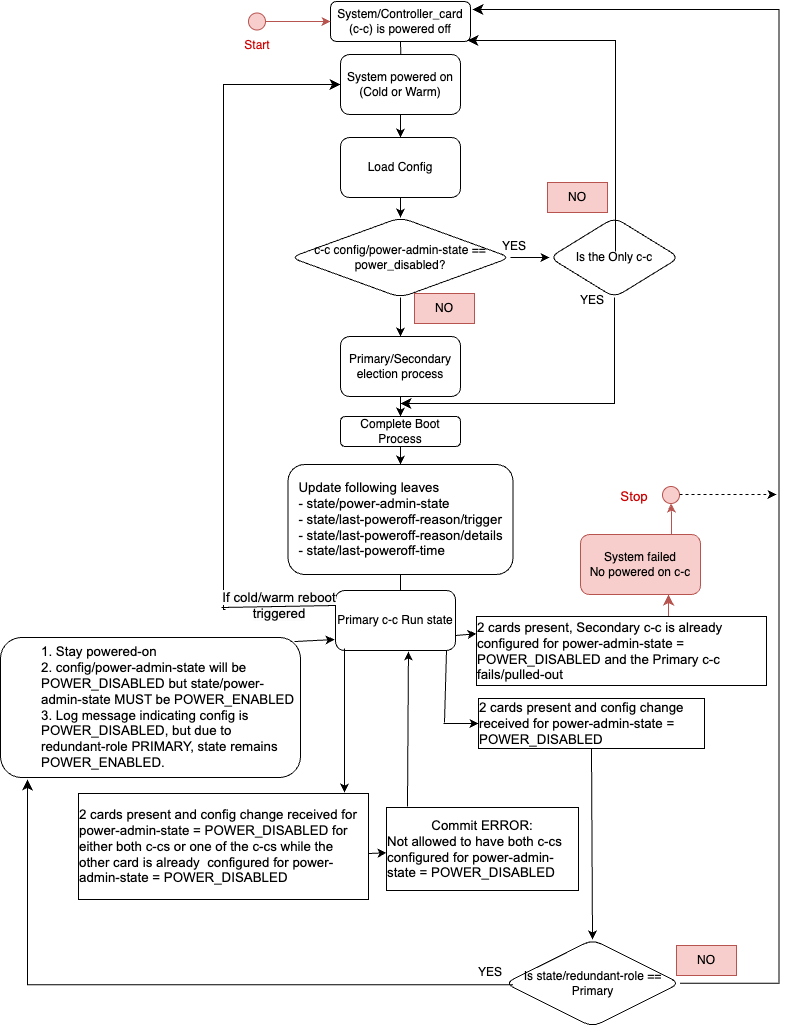
This is doc/img/controller_card.png from openconfig/public, a draw.io export, as it was before one commit. Source tidied: cells renumbered, new cells last; positions are measured from the earlier drawing's top-left corner, leaving out a move shared by most shapes.
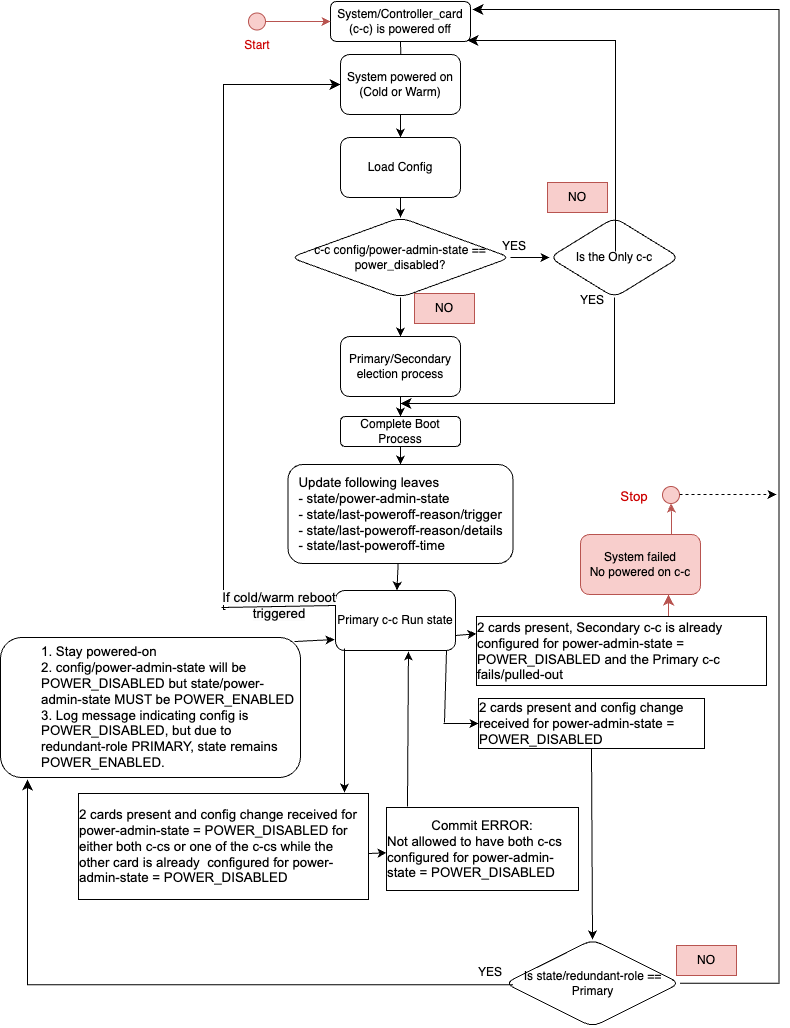
The same file after the commit.

What changed in the source:
```diff
@@ -43,11 +43,11 @@
     <mxCell id="14" value="Complete Boot Process" style="whiteSpace=wrap;html=1;rounded=1;glass=0;strokeWidth=1;shadow=0;" parent="1" vertex="1">
       <mxGeometry x="340" y="415" width="120" height="30" as="geometry" />
     </mxCell>
-    <mxCell id="15" style="edgeStyle=orthogonalEdgeStyle;rounded=0;jettySize=auto;html=1;" parent="1" edge="1" source="16" target="17">
+    <mxCell id="15" style="edgeStyle=none;rounded=0;jettySize=auto;html=1;" parent="1" edge="1" source="16" target="17">
       <mxGeometry relative="1" as="geometry" />
     </mxCell>
     <mxCell id="16" value="&lt;span id=&quot;docs-internal-guid-17ec713d-7fff-fc99-cff5-968b93b86a00&quot;&gt;&lt;p style=&quot;text-align: left; line-height: 1.2; margin-top: 0pt; margin-bottom: 0pt;&quot; dir=&quot;ltr&quot;&gt;&lt;span style=&quot;font-size: 10pt; font-family: Arial, sans-serif; background-color: transparent; font-variant-numeric: normal; font-variant-east-asian: normal; font-variant-alternates: normal; font-variant-position: normal; vertical-align: baseline;&quot;&gt;Update following leaves&lt;/span&gt;&lt;/p&gt;&lt;p style=&quot;text-align: left; line-height: 1.2; margin-top: 0pt; margin-bottom: 0pt;&quot; dir=&quot;ltr&quot;&gt;&lt;span style=&quot;font-size: 10pt; font-family: Arial, sans-serif; background-color: transparent; font-variant-numeric: normal; font-variant-east-asian: normal; font-variant-alternates: normal; font-variant-position: normal; vertical-align: baseline;&quot;&gt;- state/power-admin-state&lt;/span&gt;&lt;/p&gt;&lt;p style=&quot;text-align: left; line-height: 1.2; margin-top: 0pt; margin-bottom: 0pt;&quot; dir=&quot;ltr&quot;&gt;&lt;span style=&quot;font-size: 10pt; font-family: Arial, sans-serif; background-color: transparent; font-variant-numeric: normal; font-variant-east-asian: normal; font-variant-alternates: normal; font-variant-position: normal; vertical-align: baseline;&quot;&gt;- state/last-poweroff-reason/trigger&lt;/span&gt;&lt;/p&gt;&lt;p style=&quot;text-align: left; line-height: 1.2; margin-top: 0pt; margin-bottom: 0pt;&quot; dir=&quot;ltr&quot;&gt;&lt;span style=&quot;font-size: 10pt; font-family: Arial, sans-serif; background-color: transparent; font-variant-numeric: normal; font-variant-east-asian: normal; font-variant-alternates: normal; font-variant-position: normal; vertical-align: baseline;&quot;&gt;- state/last-poweroff-reason/details&lt;/span&gt;&lt;/p&gt;&lt;p style=&quot;text-align: left; line-height: 1.2; margin-top: 0pt; margin-bottom: 0pt;&quot; dir=&quot;ltr&quot;&gt;&lt;span style=&quot;font-size: 10pt; font-family: Arial, sans-serif; background-color: transparent; font-variant-numeric: normal; font-variant-east-asian: normal; font-variant-alternates: normal; font-variant-position: normal; vertical-align: baseline;&quot;&gt;- state/last-poweroff-time&lt;/span&gt;&lt;/p&gt;&lt;/span&gt;" style="whiteSpace=wrap;html=1;rounded=1;glass=0;strokeWidth=1;shadow=0;" parent="1" vertex="1">
-      <mxGeometry x="287.5" y="463" width="225" height="110" as="geometry" />
+      <mxGeometry x="287.5" y="463" width="225" height="99" as="geometry" />
     </mxCell>
     <mxCell id="17" value="Primary c-c Run state" style="whiteSpace=wrap;html=1;rounded=1;glass=0;strokeWidth=1;shadow=0;" parent="1" vertex="1">
       <mxGeometry x="335" y="589" width="120" height="60" as="geometry" />
```
